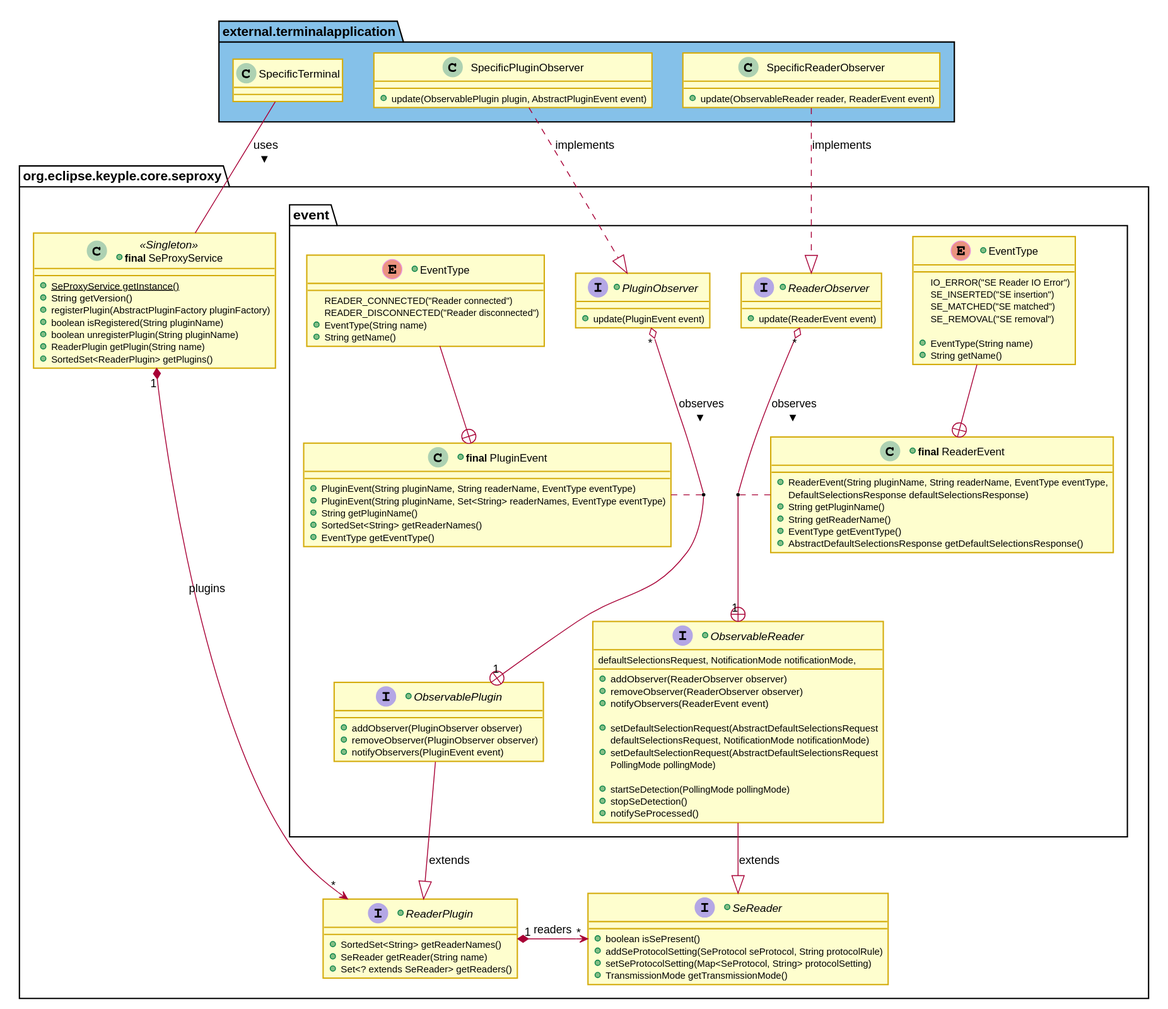
Above: docs/KeypleCoreApi/ApplicationApi/img/KeypleCore_ApplicationApi_ClassDiag_SE_Proxy_ObservablePluginAndReaderEvents_0_8_0_p1.svg in calypsonet/keyple (PlantUML), before the change.
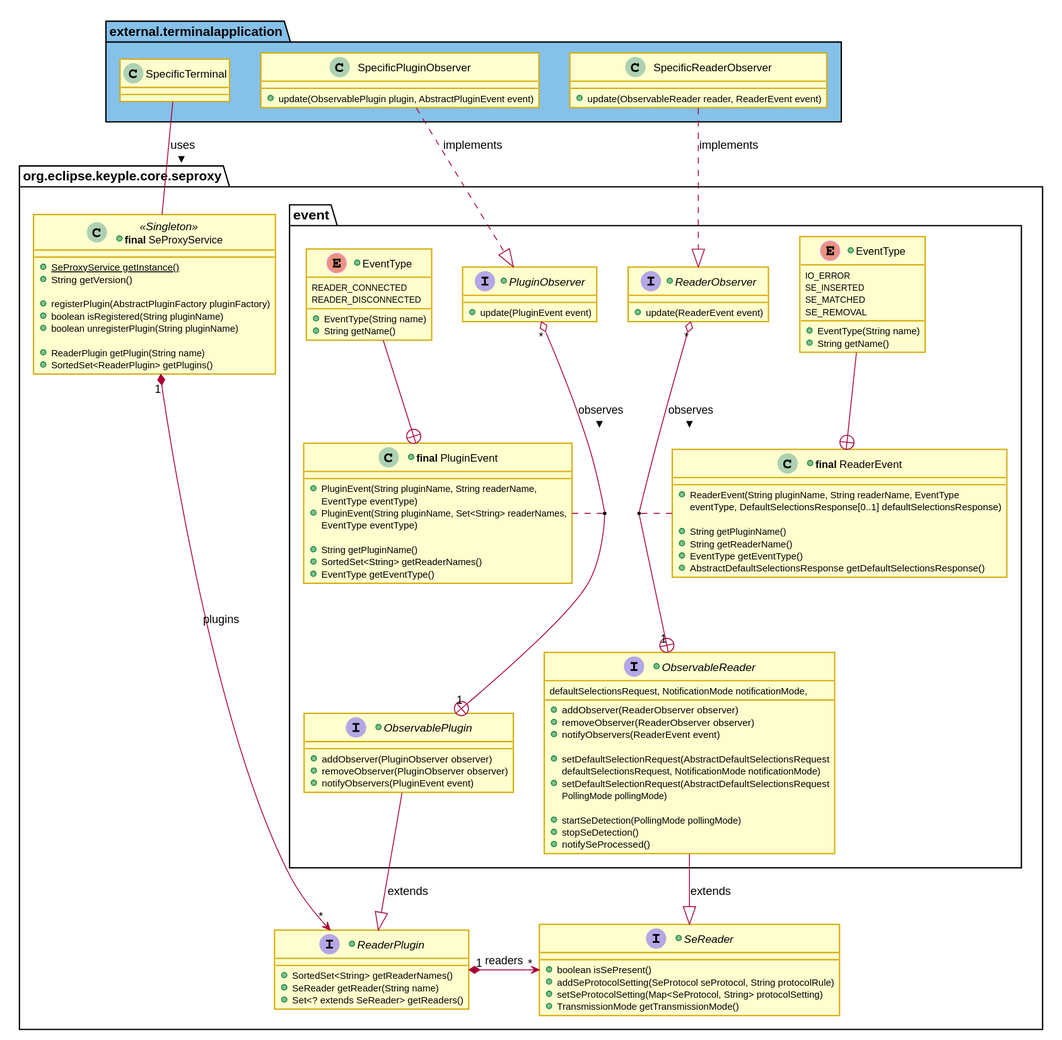
Later version of the same file.

The edit, as a diff of the source:
```diff
@@ -41,24 +41,29 @@
 +class "<b>final</b> SeProxyService" as SeProxyService << Singleton >> {
   +{static}SeProxyService getInstance()
   +String getVersion()
+
   +registerPlugin(AbstractPluginFactory pluginFactory)
   +boolean isRegistered(String pluginName)
   +boolean unregisterPlugin(String pluginName)
+
   +ReaderPlugin getPlugin(String name)
   +SortedSet<ReaderPlugin> getPlugins()
 }
 
 package event #FFFFFF {
 +enum "EventType" as EventType_Plugin {
-  READER_CONNECTED("Reader connected")
-  READER_DISCONNECTED("Reader disconnected")
+  READER_CONNECTED
+  READER_DISCONNECTED
   +EventType(String name)
   +String getName()
 }
 
 +class "<b>final</b> PluginEvent" as PluginEvent {
-  +PluginEvent(String pluginName, String readerName, EventType eventType)
-  +PluginEvent(String pluginName, Set<String> readerNames, EventType eventType)
+  +PluginEvent(String pluginName, String readerName,
+    EventType eventType)
+  +PluginEvent(String pluginName, Set<String> readerNames,
+    EventType eventType)
+
   +String getPluginName()
   +SortedSet<String> getReaderNames()
   +EventType getEventType()
@@ -79,18 +84,18 @@
 PluginEvent . (ObservablePlugin, PluginObserver)
 
 +enum "EventType" as EventType_Reader {
-  IO_ERROR("SE Reader IO Error")
-  SE_INSERTED("SE insertion")
-  SE_MATCHED("SE matched")
-  SE_REMOVAL("SE removal")
-
+  IO_ERROR
+  SE_INSERTED
+  SE_MATCHED
+  SE_REMOVAL
   +EventType(String name)
   +String getName()
 }
 
 +class "<b>final</b> ReaderEvent" as ReaderEvent {
-  +ReaderEvent(String pluginName, String readerName, EventType eventType,
-    DefaultSelectionsResponse defaultSelectionsResponse)
+  +ReaderEvent(String pluginName, String readerName, EventType
+  eventType, DefaultSelectionsResponse[0..1] defaultSelectionsResponse)
+
   +String getPluginName()
   +String getReaderName()
   +EventType getEventType()
```
